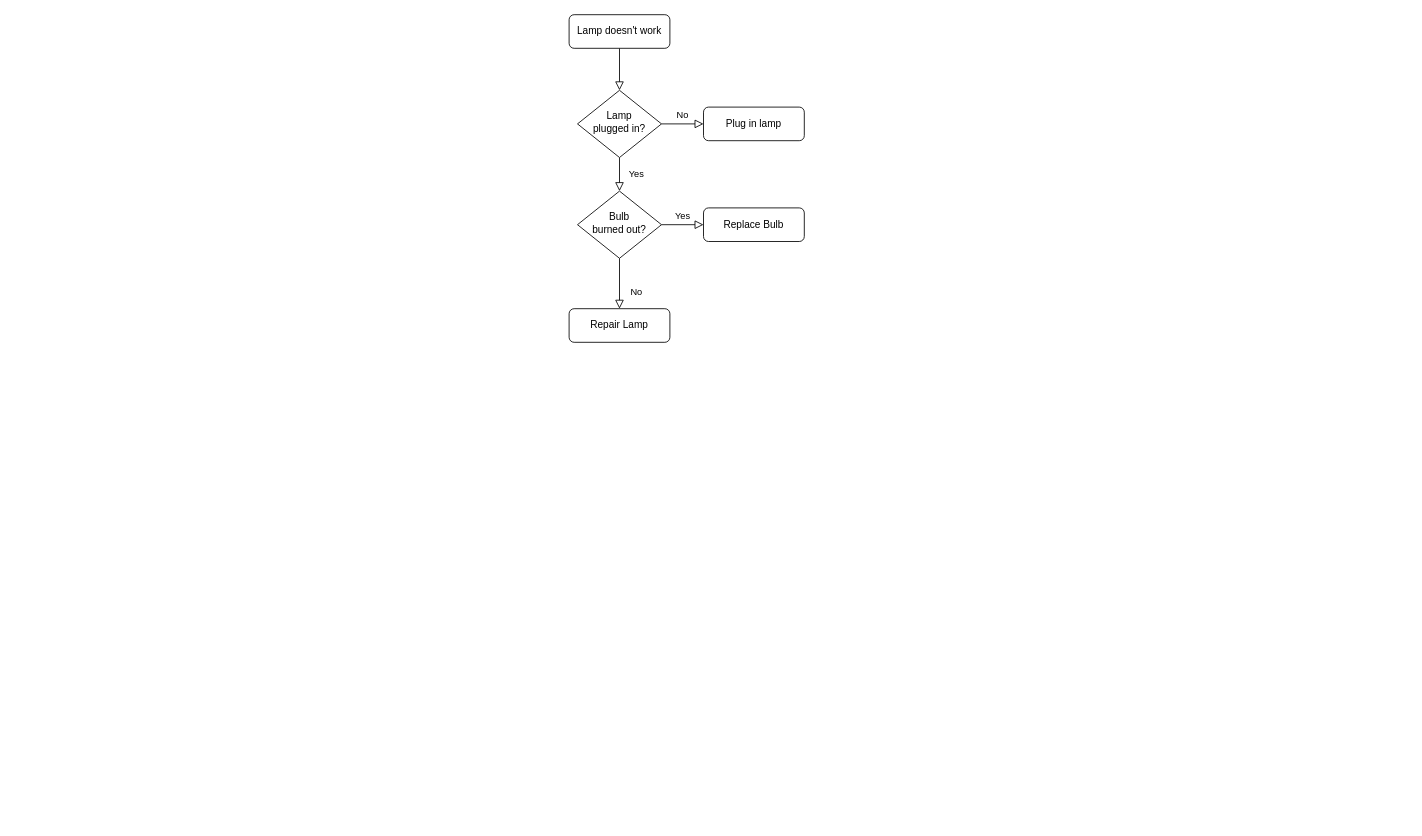
Before: guiplan-html-edit.drawio in guige888811/painting, a draw.io diagram. Source tidied: cells renumbered, new cells numbered last; positions are measured from the earlier drawing's top-left corner, leaving out a move shared by most shapes. Both pictures are drawn from the tidied source at 84%, with x=0, y=0 at pixel (569, 14).
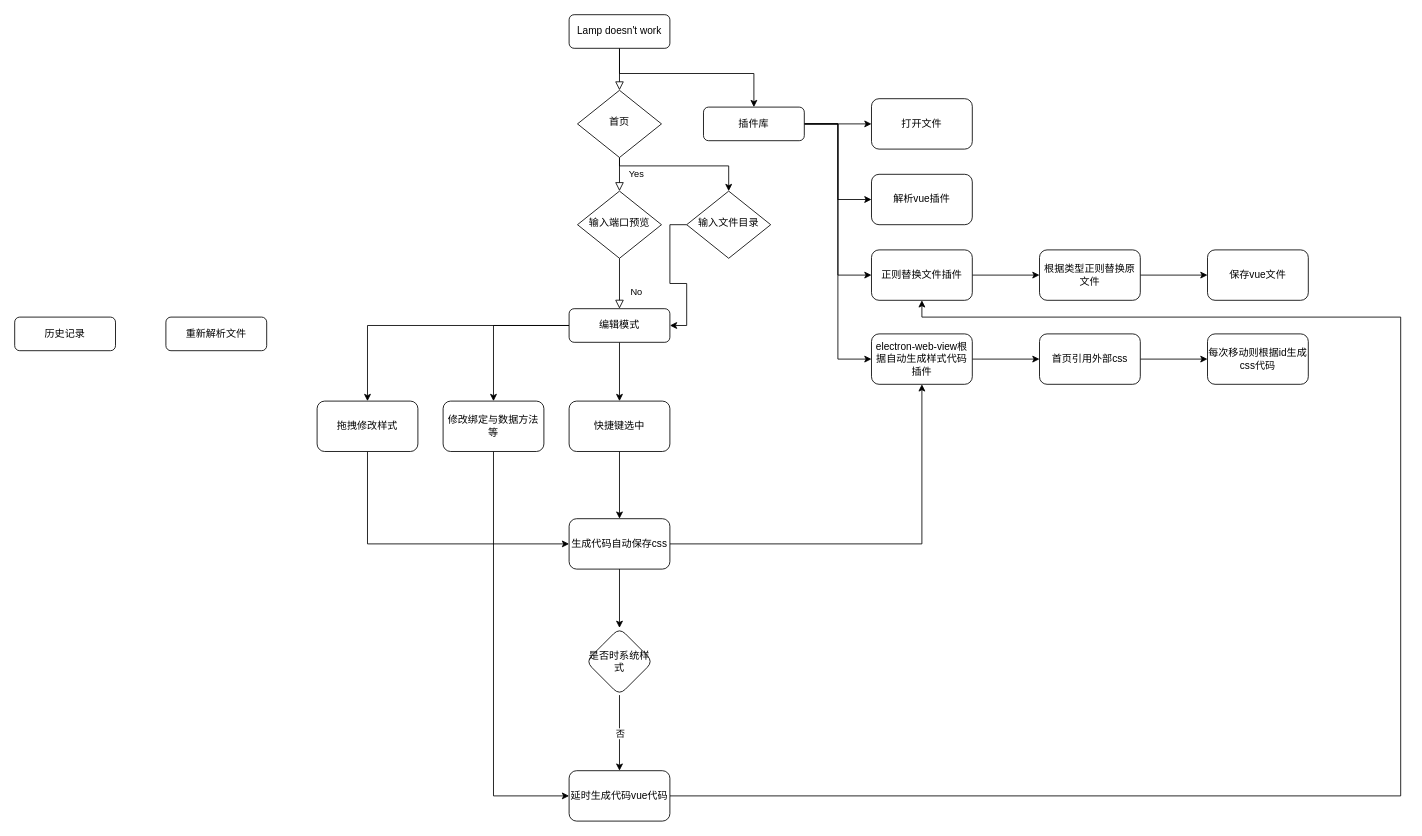
Above is the later version.

The change refers to these unchanged cells:
```xml
<mxCell id="3" value="Lamp doesn't work" style="rounded=1;whiteSpace=wrap;html=1;fontSize=12;glass=0;strokeWidth=1;shadow=0;" parent="1" vertex="1">
  <mxGeometry width="120" height="40" as="geometry" />
</mxCell>
```

Change to the diagram source:
```diff
@@
+    <mxCell id="13" style="edgeStyle=orthogonalEdgeStyle;rounded=0;jettySize=auto;html=1;entryX=0.5;entryY=0;entryDx=0;entryDy=0;" parent="1" edge="1" source="3" target="7">
+      <mxGeometry relative="1" as="geometry">
+        <Array as="points">
+          <mxPoint x="60" y="70" />
+          <mxPoint x="220" y="70" />
+        </Array>
+      </mxGeometry>
+    </mxCell>
@@
-    <mxCell id="5" value="No" style="edgeStyle=orthogonalEdgeStyle;rounded=0;html=1;jettySize=auto;fontSize=11;endArrow=block;endFill=0;endSize=8;strokeWidth=1;shadow=0;labelBackgroundColor=none;" parent="1" edge="1" source="6" target="7">
-      <mxGeometry y="10" relative="1" as="geometry" />
-    </mxCell>
+    <mxCell id="14" style="edgeStyle=orthogonalEdgeStyle;rounded=0;jettySize=auto;html=1;" parent="1" edge="1" source="6" target="49">
+      <mxGeometry relative="1" as="geometry">
+        <Array as="points">
+          <mxPoint x="60" y="180" />
+          <mxPoint x="190" y="180" />
+        </Array>
+      </mxGeometry>
+    </mxCell>
-    <mxCell id="6" value="Lamp&lt;br&gt;plugged in?" style="rhombus;whiteSpace=wrap;html=1;shadow=0;fontFamily=Helvetica;fontSize=12;align=center;strokeWidth=1;spacing=6;spacingTop=-4;" parent="1" vertex="1">
+    <mxCell id="6" value="首页" style="rhombus;whiteSpace=wrap;html=1;shadow=0;fontFamily=Helvetica;fontSize=12;align=center;strokeWidth=1;spacing=6;spacingTop=-4;" parent="1" vertex="1">
       <mxGeometry x="10" y="90" width="100" height="80" as="geometry" />
     </mxCell>
+    <mxCell id="15" style="edgeStyle=orthogonalEdgeStyle;rounded=0;jettySize=auto;html=1;" parent="1" edge="1" source="7" target="22">
+      <mxGeometry relative="1" as="geometry" />
+    </mxCell>
+    <mxCell id="16" style="edgeStyle=orthogonalEdgeStyle;rounded=0;jettySize=auto;html=1;entryX=0;entryY=0.5;entryDx=0;entryDy=0;" parent="1" edge="1" source="7" target="23">
+      <mxGeometry relative="1" as="geometry" />
+    </mxCell>
+    <mxCell id="17" style="edgeStyle=orthogonalEdgeStyle;rounded=0;jettySize=auto;html=1;entryX=0;entryY=0.5;entryDx=0;entryDy=0;" parent="1" edge="1" source="7" target="25">
+      <mxGeometry relative="1" as="geometry" />
+    </mxCell>
+    <mxCell id="18" style="edgeStyle=orthogonalEdgeStyle;rounded=0;jettySize=auto;html=1;entryX=0;entryY=0.5;entryDx=0;entryDy=0;" parent="1" edge="1" source="7" target="29">
+      <mxGeometry relative="1" as="geometry" />
+    </mxCell>
-    <mxCell id="7" value="Plug in lamp" style="rounded=1;whiteSpace=wrap;html=1;fontSize=12;glass=0;strokeWidth=1;shadow=0;" parent="1" vertex="1">
+    <mxCell id="7" value="插件库" style="rounded=1;whiteSpace=wrap;html=1;fontSize=12;glass=0;strokeWidth=1;shadow=0;" parent="1" vertex="1">
       <mxGeometry x="160" y="110" width="120" height="40" as="geometry" />
     </mxCell>
@@
-    <mxCell id="9" value="Yes" style="edgeStyle=orthogonalEdgeStyle;rounded=0;html=1;jettySize=auto;fontSize=11;endArrow=block;endFill=0;endSize=8;strokeWidth=1;shadow=0;labelBackgroundColor=none;" parent="1" edge="1" source="10" target="12">
-      <mxGeometry y="10" relative="1" as="geometry" />
-    </mxCell>
-    <mxCell id="10" value="Bulb&lt;br&gt;burned out?" style="rhombus;whiteSpace=wrap;html=1;shadow=0;fontFamily=Helvetica;fontSize=12;align=center;strokeWidth=1;spacing=6;spacingTop=-4;" parent="1" vertex="1">
+    <mxCell id="10" value="输入端口预览" style="rhombus;whiteSpace=wrap;html=1;shadow=0;fontFamily=Helvetica;fontSize=12;align=center;strokeWidth=1;spacing=6;spacingTop=-4;" parent="1" vertex="1">
       <mxGeometry x="10" y="210" width="100" height="80" as="geometry" />
     </mxCell>
+    <mxCell id="19" style="edgeStyle=orthogonalEdgeStyle;rounded=0;jettySize=auto;html=1;" parent="1" edge="1" source="11" target="27">
+      <mxGeometry relative="1" as="geometry" />
+    </mxCell>
+    <mxCell id="20" style="edgeStyle=orthogonalEdgeStyle;rounded=0;jettySize=auto;html=1;entryX=0.5;entryY=0;entryDx=0;entryDy=0;" parent="1" edge="1" source="11" target="37">
+      <mxGeometry relative="1" as="geometry" />
+    </mxCell>
+    <mxCell id="21" style="edgeStyle=orthogonalEdgeStyle;rounded=0;jettySize=auto;html=1;entryX=0.5;entryY=0;entryDx=0;entryDy=0;" parent="1" edge="1" source="11" target="41">
+      <mxGeometry relative="1" as="geometry" />
+    </mxCell>
-    <mxCell id="11" value="Repair Lamp" style="rounded=1;whiteSpace=wrap;html=1;fontSize=12;glass=0;strokeWidth=1;shadow=0;" parent="1" vertex="1">
+    <mxCell id="11" value="编辑模式" style="rounded=1;whiteSpace=wrap;html=1;fontSize=12;glass=0;strokeWidth=1;shadow=0;" parent="1" vertex="1">
       <mxGeometry y="350" width="120" height="40" as="geometry" />
     </mxCell>
-    <mxCell id="12" value="Replace Bulb" style="rounded=1;whiteSpace=wrap;html=1;fontSize=12;glass=0;strokeWidth=1;shadow=0;" parent="1" vertex="1">
-      <mxGeometry x="160" y="230" width="120" height="40" as="geometry" />
-    </mxCell>
+    <mxCell id="22" value="打开文件" style="whiteSpace=wrap;html=1;rounded=1;shadow=0;strokeWidth=1;glass=0;" parent="1" vertex="1">
+      <mxGeometry x="360" y="100" width="120" height="60" as="geometry" />
+    </mxCell>
+    <mxCell id="23" value="解析vue插件" style="whiteSpace=wrap;html=1;rounded=1;shadow=0;strokeWidth=1;glass=0;" parent="1" vertex="1">
+      <mxGeometry x="360" y="190" width="120" height="60" as="geometry" />
+    </mxCell>
+    <mxCell id="24" style="edgeStyle=orthogonalEdgeStyle;rounded=0;jettySize=auto;html=1;" parent="1" edge="1" source="25" target="46">
+      <mxGeometry relative="1" as="geometry" />
+    </mxCell>
+    <mxCell id="25" value="正则替换文件插件" style="whiteSpace=wrap;html=1;rounded=1;shadow=0;strokeWidth=1;glass=0;" parent="1" vertex="1">
+      <mxGeometry x="360" y="280" width="120" height="60" as="geometry" />
+    </mxCell>
+    <mxCell id="26" style="edgeStyle=orthogonalEdgeStyle;rounded=0;jettySize=auto;html=1;" parent="1" edge="1" source="27" target="35">
+      <mxGeometry relative="1" as="geometry" />
+    </mxCell>
+    <mxCell id="27" value="快捷键选中" style="whiteSpace=wrap;html=1;rounded=1;shadow=0;strokeWidth=1;glass=0;" parent="1" vertex="1">
+      <mxGeometry y="460" width="120" height="60" as="geometry" />
+    </mxCell>
+    <mxCell id="28" style="edgeStyle=orthogonalEdgeStyle;rounded=0;jettySize=auto;html=1;" parent="1" edge="1" source="29" target="31">
+      <mxGeometry relative="1" as="geometry" />
+    </mxCell>
+    <mxCell id="29" value="electron-web-view根据自动生成样式代码插件" style="whiteSpace=wrap;html=1;rounded=1;shadow=0;strokeWidth=1;glass=0;" parent="1" vertex="1">
+      <mxGeometry x="360" y="380" width="120" height="60" as="geometry" />
+    </mxCell>
+    <mxCell id="30" style="edgeStyle=orthogonalEdgeStyle;rounded=0;jettySize=auto;html=1;" parent="1" edge="1" source="31" target="32">
+      <mxGeometry relative="1" as="geometry" />
+    </mxCell>
+    <mxCell id="31" value="首页引用外部css" style="whiteSpace=wrap;html=1;rounded=1;shadow=0;strokeWidth=1;glass=0;" parent="1" vertex="1">
+      <mxGeometry x="560" y="380" width="120" height="60" as="geometry" />
+    </mxCell>
+    <mxCell id="32" value="每次移动则根据id生成css代码" style="whiteSpace=wrap;html=1;rounded=1;shadow=0;strokeWidth=1;glass=0;" parent="1" vertex="1">
+      <mxGeometry x="760" y="380" width="120" height="60" as="geometry" />
+    </mxCell>
+    <mxCell id="33" style="edgeStyle=orthogonalEdgeStyle;rounded=0;jettySize=auto;html=1;" parent="1" edge="1" source="35" target="42">
+      <mxGeometry relative="1" as="geometry" />
+    </mxCell>
+    <mxCell id="34" style="edgeStyle=orthogonalEdgeStyle;rounded=0;jettySize=auto;html=1;entryX=0.5;entryY=1;entryDx=0;entryDy=0;" parent="1" edge="1" source="35" target="29">
+      <mxGeometry relative="1" as="geometry" />
+    </mxCell>
+    <mxCell id="35" value="生成代码自动保存css" style="whiteSpace=wrap;html=1;rounded=1;shadow=0;strokeWidth=1;glass=0;" parent="1" vertex="1">
+      <mxGeometry y="600" width="120" height="60" as="geometry" />
+    </mxCell>
+    <mxCell id="36" style="edgeStyle=orthogonalEdgeStyle;rounded=0;jettySize=auto;html=1;entryX=0;entryY=0.5;entryDx=0;entryDy=0;" parent="1" edge="1" source="37" target="39">
+      <mxGeometry relative="1" as="geometry">
+        <Array as="points">
+          <mxPoint x="-90" y="930" />
+        </Array>
+      </mxGeometry>
+    </mxCell>
+    <mxCell id="37" value="修改绑定与数据方法等" style="whiteSpace=wrap;html=1;rounded=1;shadow=0;strokeWidth=1;glass=0;" parent="1" vertex="1">
+      <mxGeometry x="-150" y="460" width="120" height="60" as="geometry" />
+    </mxCell>
+    <mxCell id="38" style="edgeStyle=orthogonalEdgeStyle;rounded=0;jettySize=auto;html=1;entryX=0.5;entryY=1;entryDx=0;entryDy=0;" parent="1" edge="1" source="39" target="25">
+      <mxGeometry relative="1" as="geometry">
+        <Array as="points">
+          <mxPoint x="990" y="930" />
+          <mxPoint x="990" y="360" />
+          <mxPoint x="420" y="360" />
+        </Array>
+      </mxGeometry>
+    </mxCell>
+    <mxCell id="39" value="延时生成代码vue代码" style="whiteSpace=wrap;html=1;rounded=1;shadow=0;strokeWidth=1;glass=0;" parent="1" vertex="1">
+      <mxGeometry y="900" width="120" height="60" as="geometry" />
+    </mxCell>
+    <mxCell id="40" style="edgeStyle=orthogonalEdgeStyle;rounded=0;jettySize=auto;html=1;entryX=0;entryY=0.5;entryDx=0;entryDy=0;" parent="1" edge="1" source="41" target="35">
+      <mxGeometry relative="1" as="geometry">
+        <Array as="points">
+          <mxPoint x="-240" y="630" />
+        </Array>
+      </mxGeometry>
+    </mxCell>
+    <mxCell id="41" value="拖拽修改样式" style="whiteSpace=wrap;html=1;rounded=1;shadow=0;strokeWidth=1;glass=0;" parent="1" vertex="1">
+      <mxGeometry x="-300" y="460" width="120" height="60" as="geometry" />
+    </mxCell>
+    <mxCell id="42" value="是否时系统样式" style="rhombus;whiteSpace=wrap;html=1;rounded=1;shadow=0;strokeWidth=1;glass=0;" parent="1" vertex="1">
+      <mxGeometry x="20" y="730" width="80" height="80" as="geometry" />
+    </mxCell>
+    <mxCell id="43" style="endArrow=classic;html=1;" parent="1" edge="1">
+      <mxGeometry relative="1" as="geometry">
+        <mxPoint x="60" y="810" as="sourcePoint" />
+        <mxPoint x="60" y="900" as="targetPoint" />
+      </mxGeometry>
+    </mxCell>
+    <mxCell id="44" value="否" style="edgeLabel;html=1;align=center;verticalAlign=middle;" parent="43" vertex="1">
+      <mxGeometry relative="1" as="geometry" />
+    </mxCell>
+    <mxCell id="45" style="edgeStyle=orthogonalEdgeStyle;rounded=0;jettySize=auto;html=1;" parent="1" edge="1" source="46" target="47">
+      <mxGeometry relative="1" as="geometry" />
+    </mxCell>
+    <mxCell id="46" value="根据类型正则替换原文件" style="whiteSpace=wrap;html=1;rounded=1;shadow=0;strokeWidth=1;glass=0;" parent="1" vertex="1">
+      <mxGeometry x="560" y="280" width="120" height="60" as="geometry" />
+    </mxCell>
+    <mxCell id="47" value="保存vue文件" style="whiteSpace=wrap;html=1;rounded=1;shadow=0;strokeWidth=1;glass=0;" parent="1" vertex="1">
+      <mxGeometry x="760" y="280" width="120" height="60" as="geometry" />
+    </mxCell>
+    <mxCell id="48" style="edgeStyle=orthogonalEdgeStyle;rounded=0;jettySize=auto;html=1;entryX=1;entryY=0.5;entryDx=0;entryDy=0;" parent="1" edge="1" source="49" target="11">
+      <mxGeometry relative="1" as="geometry" />
+    </mxCell>
+    <mxCell id="49" value="输入文件目录" style="rhombus;whiteSpace=wrap;html=1;shadow=0;fontFamily=Helvetica;fontSize=12;align=center;strokeWidth=1;spacing=6;spacingTop=-4;" parent="1" vertex="1">
+      <mxGeometry x="140" y="210" width="100" height="80" as="geometry" />
+    </mxCell>
+    <mxCell id="50" value="重新解析文件" style="rounded=1;whiteSpace=wrap;html=1;fontSize=12;glass=0;strokeWidth=1;shadow=0;" parent="1" vertex="1">
+      <mxGeometry x="-480" y="360" width="120" height="40" as="geometry" />
+    </mxCell>
+    <mxCell id="51" value="历史记录" style="rounded=1;whiteSpace=wrap;html=1;fontSize=12;glass=0;strokeWidth=1;shadow=0;" parent="1" vertex="1">
+      <mxGeometry x="-660" y="360" width="120" height="40" as="geometry" />
+    </mxCell>
```
